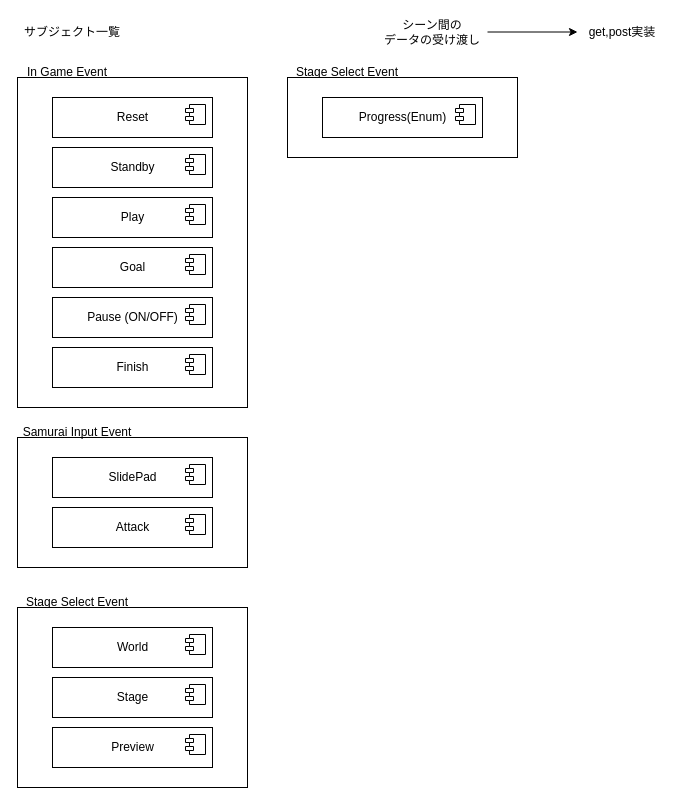
The draw.io diagram page "Page-2" (2 of 2) of SamuraiSoccerStructure.drawio in watson70percent/SAMURAI-SOCCER, before the edit. Source tidied: cells renumbered, new cells numbered last; positions are measured from the earlier drawing's top-left corner, leaving out a move shared by most shapes. Both pictures are drawn from the tidied source at 100%, with x=0, y=0 at pixel (17, 17).
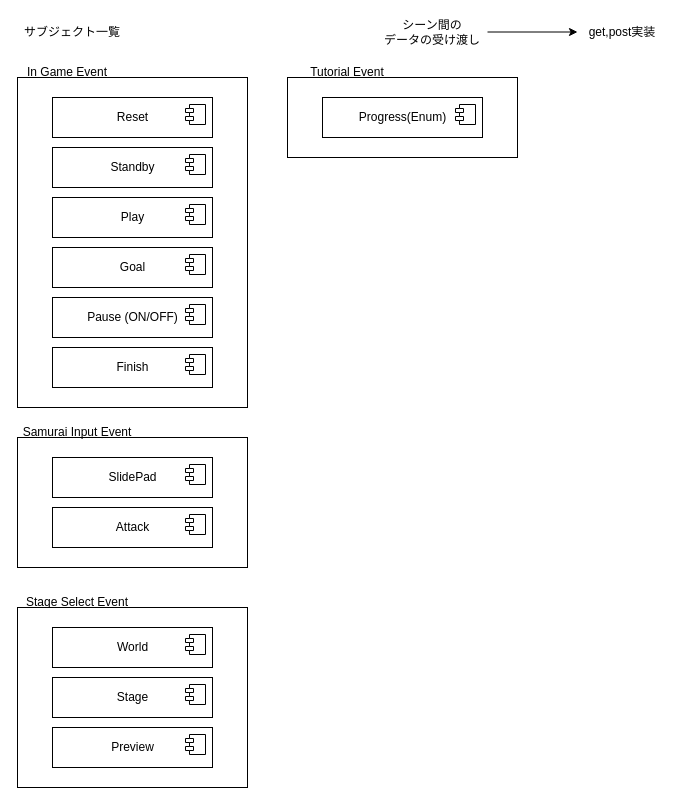
The same page after the edit.

The edit, as a diff of the source:
```diff
@@
-    <mxCell id="34" value="Stage Select Event" style="text;html=1;strokeColor=none;fillColor=none;align=center;verticalAlign=middle;whiteSpace=wrap;rounded=0;" parent="1" vertex="1">
+    <mxCell id="34" value="Tutorial Event" style="text;html=1;strokeColor=none;fillColor=none;align=center;verticalAlign=middle;whiteSpace=wrap;rounded=0;" parent="1" vertex="1">
       <mxGeometry x="270" y="40" width="120" height="30" as="geometry" />
     </mxCell>
```
